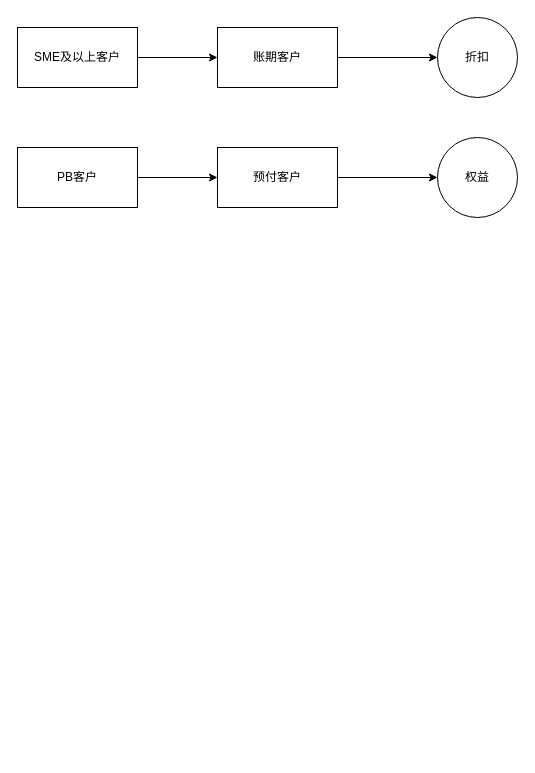
The draw.io diagram page "预付商业逻辑" (5 of 5) of Untitled Diagram.drawio in shxian/drawio, before the edit. Source tidied: cells renumbered, new cells numbered last; positions are measured from the earlier drawing's top-left corner, leaving out a move shared by most shapes. Both pictures are drawn from the tidied source at 100%, with x=0, y=0 at pixel (17, 17).
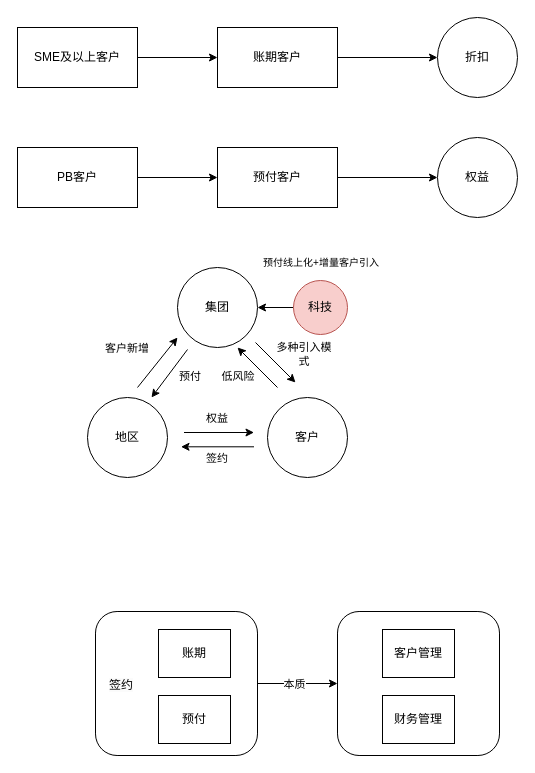
The same diagram, later.

What changed in the source:
```diff
@@
+    <mxCell id="12" value="集团" style="ellipse;whiteSpace=wrap;html=1;" parent="1" vertex="1">
+      <mxGeometry x="160" y="250" width="80" height="80" as="geometry" />
+    </mxCell>
+    <mxCell id="13" value="地区" style="ellipse;whiteSpace=wrap;html=1;" parent="1" vertex="1">
+      <mxGeometry x="70" y="380" width="80" height="80" as="geometry" />
+    </mxCell>
+    <mxCell id="14" value="客户" style="ellipse;whiteSpace=wrap;html=1;" parent="1" vertex="1">
+      <mxGeometry x="250" y="380" width="80" height="80" as="geometry" />
+    </mxCell>
+    <mxCell id="15" style="endArrow=classic;html=1;rounded=0;" parent="1" edge="1">
+      <mxGeometry relative="1" as="geometry">
+        <mxPoint x="120" y="370" as="sourcePoint" />
+        <mxPoint x="160" y="320" as="targetPoint" />
+      </mxGeometry>
+    </mxCell>
+    <mxCell id="16" style="endArrow=classic;html=1;rounded=0;" parent="1" edge="1">
+      <mxGeometry relative="1" as="geometry">
+        <mxPoint x="170" y="332" as="sourcePoint" />
+        <mxPoint x="134" y="380" as="targetPoint" />
+      </mxGeometry>
+    </mxCell>
+    <mxCell id="17" style="endArrow=classic;html=1;rounded=0;" parent="1" edge="1">
+      <mxGeometry relative="1" as="geometry">
+        <mxPoint x="166.5" y="415" as="sourcePoint" />
+        <mxPoint x="236.5" y="415" as="targetPoint" />
+      </mxGeometry>
+    </mxCell>
+    <mxCell id="18" style="endArrow=classic;html=1;rounded=0;" parent="1" edge="1">
+      <mxGeometry relative="1" as="geometry">
+        <mxPoint x="236.5" y="429.3" as="sourcePoint" />
+        <mxPoint x="163.5" y="429.3" as="targetPoint" />
+      </mxGeometry>
+    </mxCell>
+    <mxCell id="19" style="endArrow=classic;html=1;rounded=0;" parent="1" edge="1">
+      <mxGeometry relative="1" as="geometry">
+        <mxPoint x="260" y="370" as="sourcePoint" />
+        <mxPoint x="220" y="330" as="targetPoint" />
+      </mxGeometry>
+    </mxCell>
+    <mxCell id="20" style="endArrow=classic;html=1;rounded=0;" parent="1" edge="1">
+      <mxGeometry relative="1" as="geometry">
+        <mxPoint x="238" y="325" as="sourcePoint" />
+        <mxPoint x="278" y="365" as="targetPoint" />
+      </mxGeometry>
+    </mxCell>
+    <mxCell id="21" value="&lt;font style=&quot;font-size: 11px;&quot;&gt;客户新增&lt;/font&gt;" style="text;html=1;strokeColor=none;fillColor=none;align=center;verticalAlign=middle;whiteSpace=wrap;rounded=0;fontSize=1;fontStyle=0;" parent="1" vertex="1">
+      <mxGeometry x="81" y="320" width="58" height="22" as="geometry" />
+    </mxCell>
+    <mxCell id="22" value="&lt;font style=&quot;font-size: 11px;&quot;&gt;预付&lt;/font&gt;" style="text;html=1;strokeColor=none;fillColor=none;align=center;verticalAlign=middle;whiteSpace=wrap;rounded=0;fontSize=1;fontStyle=0;" parent="1" vertex="1">
+      <mxGeometry x="144" y="348" width="58" height="22" as="geometry" />
+    </mxCell>
+    <mxCell id="23" value="&lt;font style=&quot;font-size: 11px;&quot;&gt;权益&lt;/font&gt;" style="text;html=1;strokeColor=none;fillColor=none;align=center;verticalAlign=middle;whiteSpace=wrap;rounded=0;fontSize=1;fontStyle=0;" parent="1" vertex="1">
+      <mxGeometry x="171" y="390" width="58" height="22" as="geometry" />
+    </mxCell>
+    <mxCell id="24" value="&lt;span style=&quot;font-size: 11px;&quot;&gt;签约&lt;/span&gt;" style="text;html=1;strokeColor=none;fillColor=none;align=center;verticalAlign=middle;whiteSpace=wrap;rounded=0;fontSize=1;fontStyle=0;" parent="1" vertex="1">
+      <mxGeometry x="171" y="430" width="58" height="22" as="geometry" />
+    </mxCell>
+    <mxCell id="25" value="&lt;font style=&quot;font-size: 11px;&quot;&gt;低风险&lt;/font&gt;" style="text;html=1;strokeColor=none;fillColor=none;align=center;verticalAlign=middle;whiteSpace=wrap;rounded=0;fontSize=1;fontStyle=0;" parent="1" vertex="1">
+      <mxGeometry x="192" y="348" width="58" height="22" as="geometry" />
+    </mxCell>
+    <mxCell id="26" value="&lt;span style=&quot;font-size: 11px;&quot;&gt;多种引入模式&lt;/span&gt;" style="text;html=1;strokeColor=none;fillColor=none;align=center;verticalAlign=middle;whiteSpace=wrap;rounded=0;fontSize=1;fontStyle=0;" parent="1" vertex="1">
+      <mxGeometry x="258" y="326" width="58" height="22" as="geometry" />
+    </mxCell>
+    <mxCell id="27" style="edgeStyle=orthogonalEdgeStyle;rounded=0;jettySize=auto;html=1;" parent="1" edge="1" source="29" target="33">
+      <mxGeometry relative="1" as="geometry" />
+    </mxCell>
+    <mxCell id="28" value="本质" style="edgeLabel;html=1;align=center;verticalAlign=middle;" parent="27" vertex="1">
+      <mxGeometry x="0.07" relative="1" as="geometry">
+        <mxPoint x="-7" as="offset" />
+      </mxGeometry>
+    </mxCell>
+    <mxCell id="29" style="rounded=1;whiteSpace=wrap;html=1;" parent="1" vertex="1">
+      <mxGeometry x="78" y="594" width="162" height="144" as="geometry" />
+    </mxCell>
+    <mxCell id="30" value="账期" style="rounded=0;whiteSpace=wrap;html=1;" parent="1" vertex="1">
+      <mxGeometry x="141" y="612" width="72" height="48" as="geometry" />
+    </mxCell>
+    <mxCell id="31" value="预付" style="rounded=0;whiteSpace=wrap;html=1;" parent="1" vertex="1">
+      <mxGeometry x="141" y="678" width="72" height="48" as="geometry" />
+    </mxCell>
+    <mxCell id="32" value="&lt;span style=&quot;color: rgb(0, 0, 0); font-family: Helvetica; font-size: 12px; font-style: normal; font-variant-ligatures: normal; font-variant-caps: normal; font-weight: 400; letter-spacing: normal; orphans: 2; text-align: center; text-indent: 0px; text-transform: none; widows: 2; word-spacing: 0px; -webkit-text-stroke-width: 0px; background-color: rgb(251, 251, 251); text-decoration-thickness: initial; text-decoration-style: initial; text-decoration-color: initial; float: none; display: inline !important;&quot;&gt;签约&lt;/span&gt;" style="text;whiteSpace=wrap;html=1;" parent="1" vertex="1">
+      <mxGeometry x="90" y="654" width="54" height="36" as="geometry" />
+    </mxCell>
+    <mxCell id="33" style="rounded=1;whiteSpace=wrap;html=1;" parent="1" vertex="1">
+      <mxGeometry x="320" y="594" width="162" height="144" as="geometry" />
+    </mxCell>
+    <mxCell id="34" value="客户管理" style="rounded=0;whiteSpace=wrap;html=1;" parent="1" vertex="1">
+      <mxGeometry x="365" y="612" width="72" height="48" as="geometry" />
+    </mxCell>
+    <mxCell id="35" value="财务管理" style="rounded=0;whiteSpace=wrap;html=1;" parent="1" vertex="1">
+      <mxGeometry x="365" y="678" width="72" height="48" as="geometry" />
+    </mxCell>
+    <mxCell id="36" style="edgeStyle=orthogonalEdgeStyle;rounded=0;jettySize=auto;html=1;" parent="1" edge="1" source="37" target="12">
+      <mxGeometry relative="1" as="geometry" />
+    </mxCell>
+    <mxCell id="37" value="科技" style="ellipse;whiteSpace=wrap;html=1;fillColor=#f8cecc;strokeColor=#b85450;" parent="1" vertex="1">
+      <mxGeometry x="276" y="263" width="54" height="54" as="geometry" />
+    </mxCell>
+    <mxCell id="38" value="&lt;font style=&quot;font-size: 10px;&quot;&gt;预付线上化+增量客户引入&lt;/font&gt;" style="text;html=1;strokeColor=none;fillColor=none;align=center;verticalAlign=middle;whiteSpace=wrap;rounded=0;fontSize=1;fontStyle=0;" parent="1" vertex="1">
+      <mxGeometry x="229" y="234" width="150" height="22" as="geometry" />
+    </mxCell>
```
